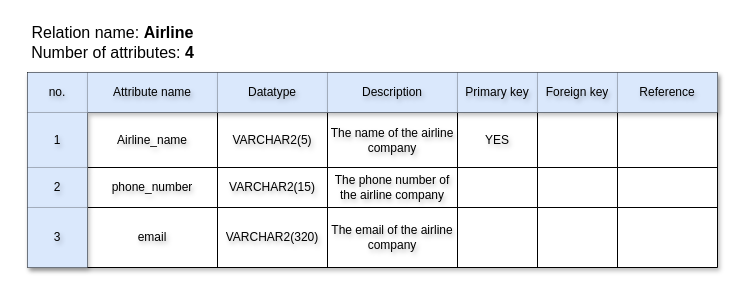
The draw.io diagram page "Airline_data_dictionary" (3 of 15) of Airport-DBMS.drawio in AbdullahKhkmba/Airport-DBMS, before the edit. Source tidied: cells renumbered, new cells numbered last; positions are measured from the earlier drawing's top-left corner, leaving out a move shared by most shapes. Both pictures are drawn from the tidied source at 100%, with x=0, y=0 at pixel (17, 17).
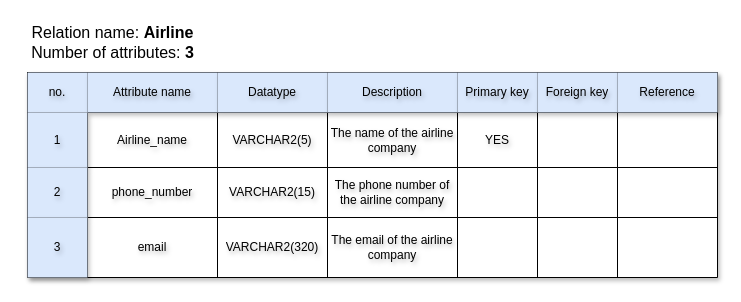
After the change.

Change to the diagram source:
```diff
@@
     <mxCell id="2" style="shape=table;startSize=0;childLayout=tableLayout;rounded=1;shadow=1;textShadow=1;swimlaneFillColor=none;" parent="1" vertex="1">
-      <mxGeometry x="10" y="55" width="690" height="195" as="geometry" />
+      <mxGeometry x="10" y="55" width="690" height="205" as="geometry" />
     </mxCell>
@@
     <mxCell id="19" style="shape=tableRow;horizontal=0;startSize=0;swimlaneHead=0;swimlaneBody=0;strokeColor=inherit;top=0;left=0;bottom=0;right=0;fillColor=none;rounded=1;shadow=1;textShadow=1;swimlaneFillColor=none;" parent="2" vertex="1">
-      <mxGeometry y="95" width="690" height="40" as="geometry" />
+      <mxGeometry y="95" width="690" height="50" as="geometry" />
     </mxCell>
     <mxCell id="20" value="2" style="shape=partialRectangle;html=1;whiteSpace=wrap;strokeColor=#6c8ebf;overflow=hidden;fillColor=#dae8fc;top=0;left=0;bottom=0;right=0;rounded=1;shadow=1;textShadow=1;swimlaneFillColor=none;" parent="19" vertex="1">
-      <mxGeometry width="60" height="40" as="geometry" />
+      <mxGeometry width="60" height="50" as="geometry" />
     </mxCell>
     <mxCell id="21" value="phone_number" style="shape=partialRectangle;html=1;whiteSpace=wrap;strokeColor=inherit;overflow=hidden;fillColor=none;top=0;left=0;bottom=0;right=0;rounded=1;shadow=1;textShadow=1;swimlaneFillColor=none;" parent="19" vertex="1">
-      <mxGeometry x="60" width="130" height="40" as="geometry" />
+      <mxGeometry x="60" width="130" height="50" as="geometry" />
     </mxCell>
     <mxCell id="22" value="VARCHAR2(15)" style="shape=partialRectangle;html=1;whiteSpace=wrap;strokeColor=inherit;overflow=hidden;fillColor=none;top=0;left=0;bottom=0;right=0;rounded=1;shadow=1;textShadow=1;swimlaneFillColor=none;" parent="19" vertex="1">
-      <mxGeometry x="190" width="110" height="40" as="geometry" />
+      <mxGeometry x="190" width="110" height="50" as="geometry" />
     </mxCell>
     <mxCell id="23" value="The phone number of the airline company" style="shape=partialRectangle;html=1;whiteSpace=wrap;strokeColor=inherit;overflow=hidden;fillColor=none;top=0;left=0;bottom=0;right=0;rounded=1;shadow=1;textShadow=1;swimlaneFillColor=none;" parent="19" vertex="1">
-      <mxGeometry x="300" width="130" height="40" as="geometry" />
+      <mxGeometry x="300" width="130" height="50" as="geometry" />
     </mxCell>
     <mxCell id="24" style="shape=partialRectangle;html=1;whiteSpace=wrap;strokeColor=inherit;overflow=hidden;fillColor=none;top=0;left=0;bottom=0;right=0;rounded=1;shadow=1;textShadow=1;swimlaneFillColor=none;" parent="19" vertex="1">
-      <mxGeometry x="430" width="80" height="40" as="geometry" />
+      <mxGeometry x="430" width="80" height="50" as="geometry" />
     </mxCell>
     <mxCell id="25" style="shape=partialRectangle;html=1;whiteSpace=wrap;strokeColor=inherit;overflow=hidden;fillColor=none;top=0;left=0;bottom=0;right=0;rounded=1;shadow=1;textShadow=1;swimlaneFillColor=none;" parent="19" vertex="1">
-      <mxGeometry x="510" width="80" height="40" as="geometry" />
+      <mxGeometry x="510" width="80" height="50" as="geometry" />
     </mxCell>
     <mxCell id="26" style="shape=partialRectangle;html=1;whiteSpace=wrap;strokeColor=inherit;overflow=hidden;fillColor=none;top=0;left=0;bottom=0;right=0;rounded=1;shadow=1;textShadow=1;swimlaneFillColor=none;" parent="19" vertex="1">
-      <mxGeometry x="590" width="100" height="40" as="geometry" />
+      <mxGeometry x="590" width="100" height="50" as="geometry" />
     </mxCell>
     <mxCell id="27" style="shape=tableRow;horizontal=0;startSize=0;swimlaneHead=0;swimlaneBody=0;strokeColor=inherit;top=0;left=0;bottom=0;right=0;fillColor=none;rounded=1;shadow=1;textShadow=1;swimlaneFillColor=none;" parent="2" vertex="1">
-      <mxGeometry y="135" width="690" height="60" as="geometry" />
+      <mxGeometry y="145" width="690" height="60" as="geometry" />
     </mxCell>
@@
-    <mxCell id="35" value="&lt;font style=&quot;font-size: 16px;&quot;&gt;Relation name: &lt;b&gt;Airline&lt;/b&gt;&lt;/font&gt;&lt;div style=&quot;font-size: 16px;&quot;&gt;&lt;font style=&quot;font-size: 16px;&quot;&gt;Number of attributes: &lt;b&gt;4&lt;/b&gt;&lt;/font&gt;&lt;/div&gt;" style="text;html=1;align=center;verticalAlign=middle;strokeColor=none;fillColor=none;" parent="1" vertex="1">
+    <mxCell id="35" value="&lt;font style=&quot;font-size: 16px;&quot;&gt;Relation name: &lt;b&gt;Airline&lt;/b&gt;&lt;/font&gt;&lt;div style=&quot;font-size: 16px;&quot;&gt;&lt;font style=&quot;font-size: 16px;&quot;&gt;Number of attributes: &lt;b&gt;3&lt;/b&gt;&lt;/font&gt;&lt;/div&gt;" style="text;html=1;align=center;verticalAlign=middle;strokeColor=none;fillColor=none;" parent="1" vertex="1">
       <mxGeometry width="190" height="50" as="geometry" />
     </mxCell>
```
